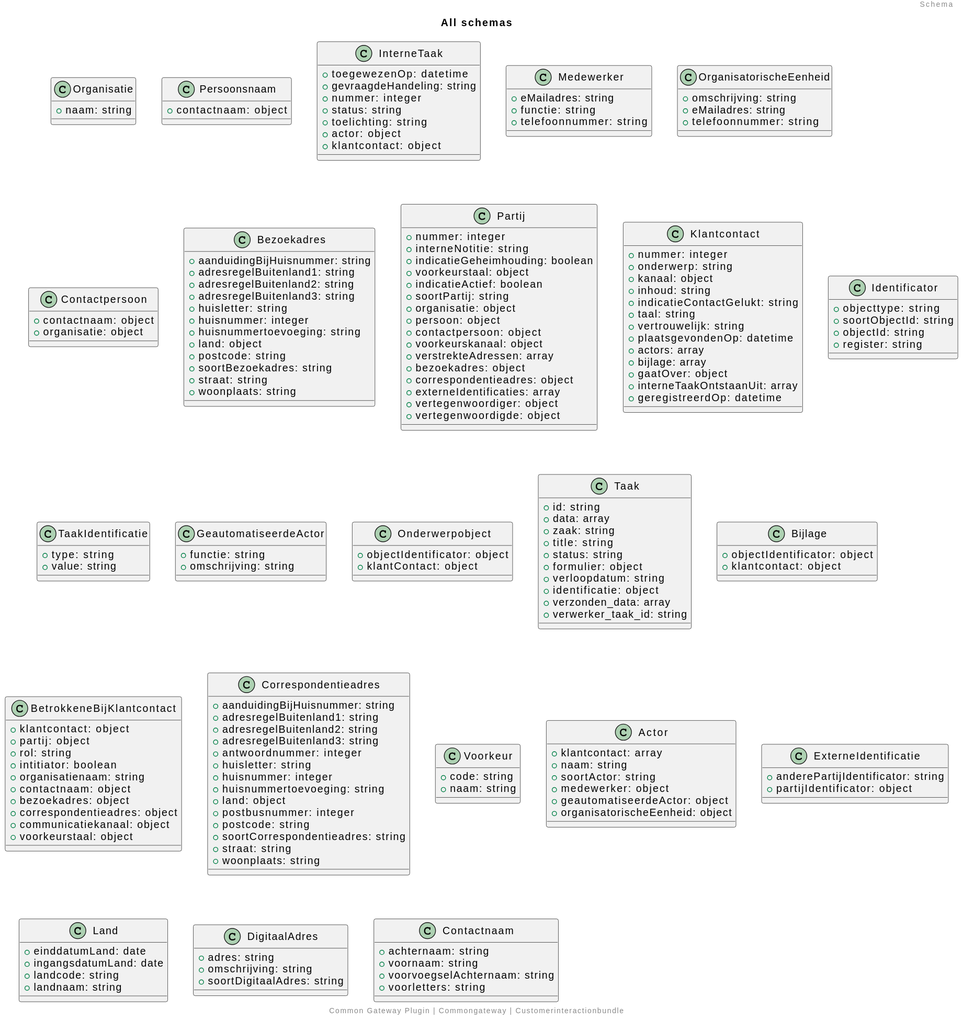
Before: docs/schema/all_schema_classes.svg, a diagram exported from PlantUML (CommonGateway/CustomerInteractionBundle).
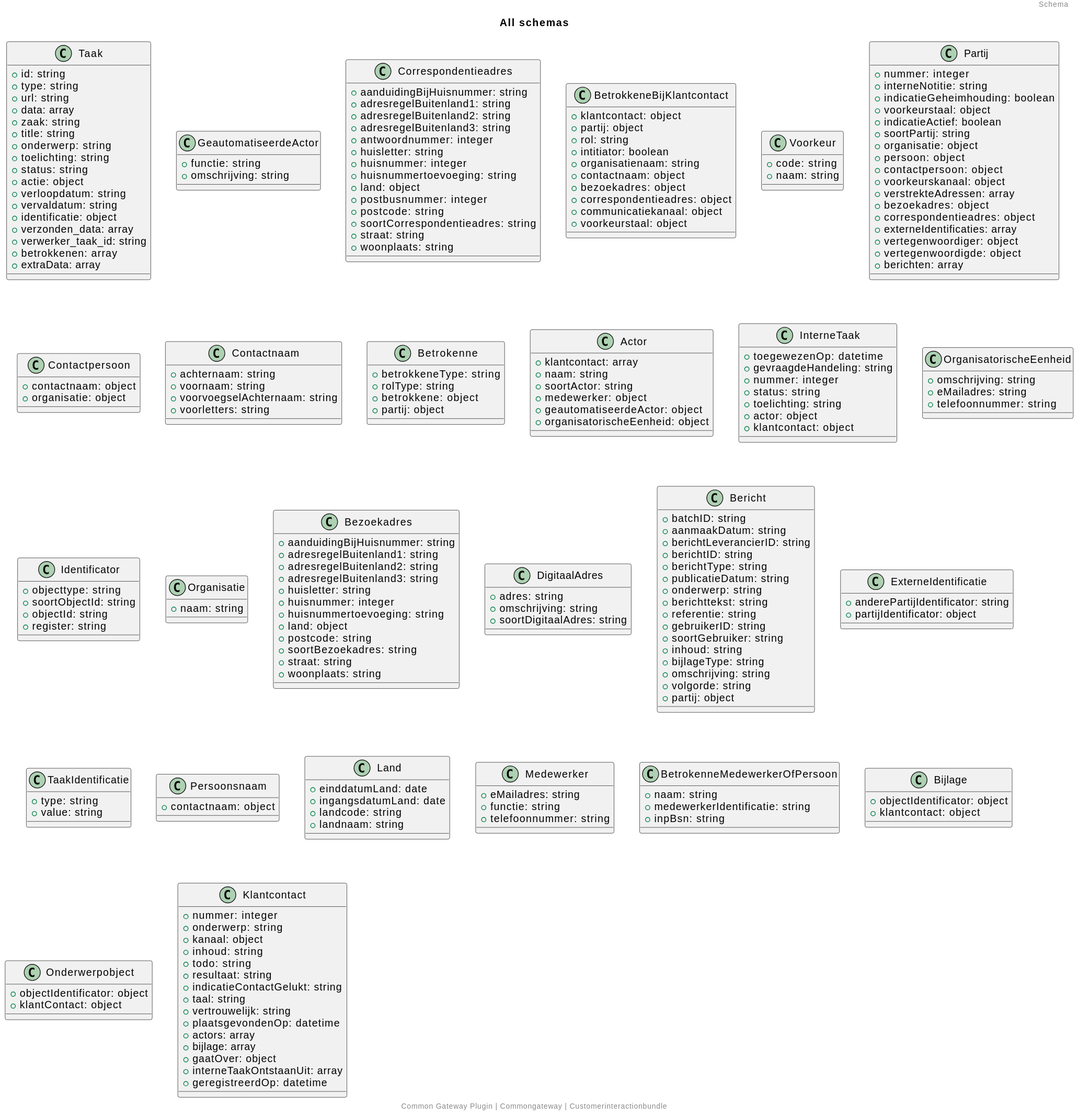
Above is the later version.

Diff of the diagram source:
```diff
@@ -2,48 +2,60 @@
 title: All schemas
 footer: Common Gateway Plugin | Commongateway | Customerinteractionbundle
 header: Schema
-class Organisatie {
-  + naam: string
+class Taak {
+  + id: string
+  + type: string
+  + url: string
+  + data: array
+  + zaak: string
+  + title: string
+  + onderwerp: string
+  + toelichting: string
+  + status: string
+  + actie: object
+  + verloopdatum: string
+  + vervaldatum: string
+  + identificatie: object
+  + verzonden_data: array
+  + verwerker_taak_id: string
+  + betrokkenen: array
+  + extraData: array
 }
-class Persoonsnaam {
-  + contactnaam: object
+class GeautomatiseerdeActor {
+  + functie: string
+  + omschrijving: string
 }
-class InterneTaak {
-  + toegewezenOp: datetime
-  + gevraagdeHandeling: string
-  + nummer: integer
-  + status: string
-  + toelichting: string
-  + actor: object
-  + klantcontact: object
-}
-class Medewerker {
-  + eMailadres: string
-  + functie: string
-  + telefoonnummer: string
-}
-class OrganisatorischeEenheid {
-  + omschrijving: string
-  + eMailadres: string
-  + telefoonnummer: string
-}
-class Contactpersoon {
-  + contactnaam: object
-  + organisatie: object
-}
-class Bezoekadres {
+class Correspondentieadres {
   + aanduidingBijHuisnummer: string
   + adresregelBuitenland1: string
   + adresregelBuitenland2: string
   + adresregelBuitenland3: string
+  + antwoordnummer: integer
   + huisletter: string
   + huisnummer: integer
   + huisnummertoevoeging: string
   + land: object
+  + postbusnummer: integer
   + postcode: string
-  + soortBezoekadres: string
+  + soortCorrespondentieadres: string
   + straat: string
   + woonplaats: string
+}
+class BetrokkeneBijKlantcontact {
+  + klantcontact: object
+  + partij: object
+  + rol: string
+  + intitiator: boolean
+  + organisatienaam: string
+  + contactnaam: object
+  + bezoekadres: object
+  + correspondentieadres: object
+  + communicatiekanaal: object
+  + voorkeurstaal: object
+}
+class Voorkeur {
+  + code: string
+  + naam: string
 }
 class Partij {
   + nummer: integer
@@ -62,12 +74,134 @@
   + externeIdentificaties: array
   + vertegenwoordiger: object
   + vertegenwoordigde: object
+  + berichten: array
+}
+class Contactpersoon {
+  + contactnaam: object
+  + organisatie: object
+}
+class Contactnaam {
+  + achternaam: string
+  + voornaam: string
+  + voorvoegselAchternaam: string
+  + voorletters: string
+}
+class Betrokenne {
+  + betrokkeneType: string
+  + rolType: string
+  + betrokkene: object
+  + partij: object
+}
+class Actor {
+  + klantcontact: array
+  + naam: string
+  + soortActor: string
+  + medewerker: object
+  + geautomatiseerdeActor: object
+  + organisatorischeEenheid: object
+}
+class InterneTaak {
+  + toegewezenOp: datetime
+  + gevraagdeHandeling: string
+  + nummer: integer
+  + status: string
+  + toelichting: string
+  + actor: object
+  + klantcontact: object
+}
+class OrganisatorischeEenheid {
+  + omschrijving: string
+  + eMailadres: string
+  + telefoonnummer: string
+}
+class Identificator {
+  + objecttype: string
+  + soortObjectId: string
+  + objectId: string
+  + register: string
+}
+class Organisatie {
+  + naam: string
+}
+class Bezoekadres {
+  + aanduidingBijHuisnummer: string
+  + adresregelBuitenland1: string
+  + adresregelBuitenland2: string
+  + adresregelBuitenland3: string
+  + huisletter: string
+  + huisnummer: integer
+  + huisnummertoevoeging: string
+  + land: object
+  + postcode: string
+  + soortBezoekadres: string
+  + straat: string
+  + woonplaats: string
+}
+class DigitaalAdres {
+  + adres: string
+  + omschrijving: string
+  + soortDigitaalAdres: string
+}
+class Bericht {
+  + batchID: string
+  + aanmaakDatum: string
+  + berichtLeverancierID: string
+  + berichtID: string
+  + berichtType: string
+  + publicatieDatum: string
+  + onderwerp: string
+  + berichttekst: string
+  + referentie: string
+  + gebruikerID: string
+  + soortGebruiker: string
+  + inhoud: string
+  + bijlageType: string
+  + omschrijving: string
+  + volgorde: string
+  + partij: object
+}
+class ExterneIdentificatie {
+  + anderePartijIdentificator: string
+  + partijIdentificator: object
+}
+class TaakIdentificatie {
+  + type: string
+  + value: string
+}
+class Persoonsnaam {
+  + contactnaam: object
+}
+class Land {
+  + einddatumLand: date
+  + ingangsdatumLand: date
+  + landcode: string
+  + landnaam: string
+}
+class Medewerker {
+  + eMailadres: string
+  + functie: string
+  + telefoonnummer: string
+}
+class BetrokenneMedewerkerOfPersoon {
+  + naam: string
+  + medewerkerIdentificatie: string
+  + inpBsn: string
+}
+class Bijlage {
+  + objectIdentificator: object
+  + klantcontact: object
+}
+class Onderwerpobject {
+  + objectIdentificator: object
+  + klantContact: object
 }
 class Klantcontact {
   + nummer: integer
   + onderwerp: string
   + kanaal: object
   + inhoud: string
+  + todo: string
+  + resultaat: string
   + indicatieContactGelukt: string
   + taal: string
   + vertrouwelijk: string
@@ -78,99 +212,4 @@
   + interneTaakOntstaanUit: array
   + geregistreerdOp: datetime
 }
-class Identificator {
-  + objecttype: string
-  + soortObjectId: string
-  + objectId: string
-  + register: string
-}
-class TaakIdentificatie {
-  + type: string
-  + value: string
-}
-class GeautomatiseerdeActor {
-  + functie: string
-  + omschrijving: string
-}
-class Onderwerpobject {
-  + objectIdentificator: object
-  + klantContact: object
-}
-class Taak {
-  + id: string
-  + data: array
-  + zaak: string
-  + title: string
-  + status: string
-  + formulier: object
-  + verloopdatum: string
-  + identificatie: object
-  + verzonden_data: array
-  + verwerker_taak_id: string
-}
-class Bijlage {
-  + objectIdentificator: object
-  + klantcontact: object
-}
-class BetrokkeneBijKlantcontact {
-  + klantcontact: object
-  + partij: object
-  + rol: string
-  + intitiator: boolean
-  + organisatienaam: string
-  + contactnaam: object
-  + bezoekadres: object
-  + correspondentieadres: object
-  + communicatiekanaal: object
-  + voorkeurstaal: object
-}
-class Correspondentieadres {
-  + aanduidingBijHuisnummer: string
-  + adresregelBuitenland1: string
-  + adresregelBuitenland2: string
-  + adresregelBuitenland3: string
-  + antwoordnummer: integer
-  + huisletter: string
-  + huisnummer: integer
-  + huisnummertoevoeging: string
-  + land: object
-  + postbusnummer: integer
-  + postcode: string
-  + soortCorrespondentieadres: string
-  + straat: string
-  + woonplaats: string
-}
-class Voorkeur {
-  + code: string
-  + naam: string
-}
-class Actor {
-  + klantcontact: array
-  + naam: string
-  + soortActor: string
-  + medewerker: object
-  + geautomatiseerdeActor: object
-  + organisatorischeEenheid: object
-}
-class ExterneIdentificatie {
-  + anderePartijIdentificator: string
-  + partijIdentificator: object
-}
-class Land {
-  + einddatumLand: date
-  + ingangsdatumLand: date
-  + landcode: string
-  + landnaam: string
-}
-class DigitaalAdres {
-  + adres: string
-  + omschrijving: string
-  + soortDigitaalAdres: string
-}
-class Contactnaam {
-  + achternaam: string
-  + voornaam: string
-  + voorvoegselAchternaam: string
-  + voorletters: string
-}
 @enduml
```
